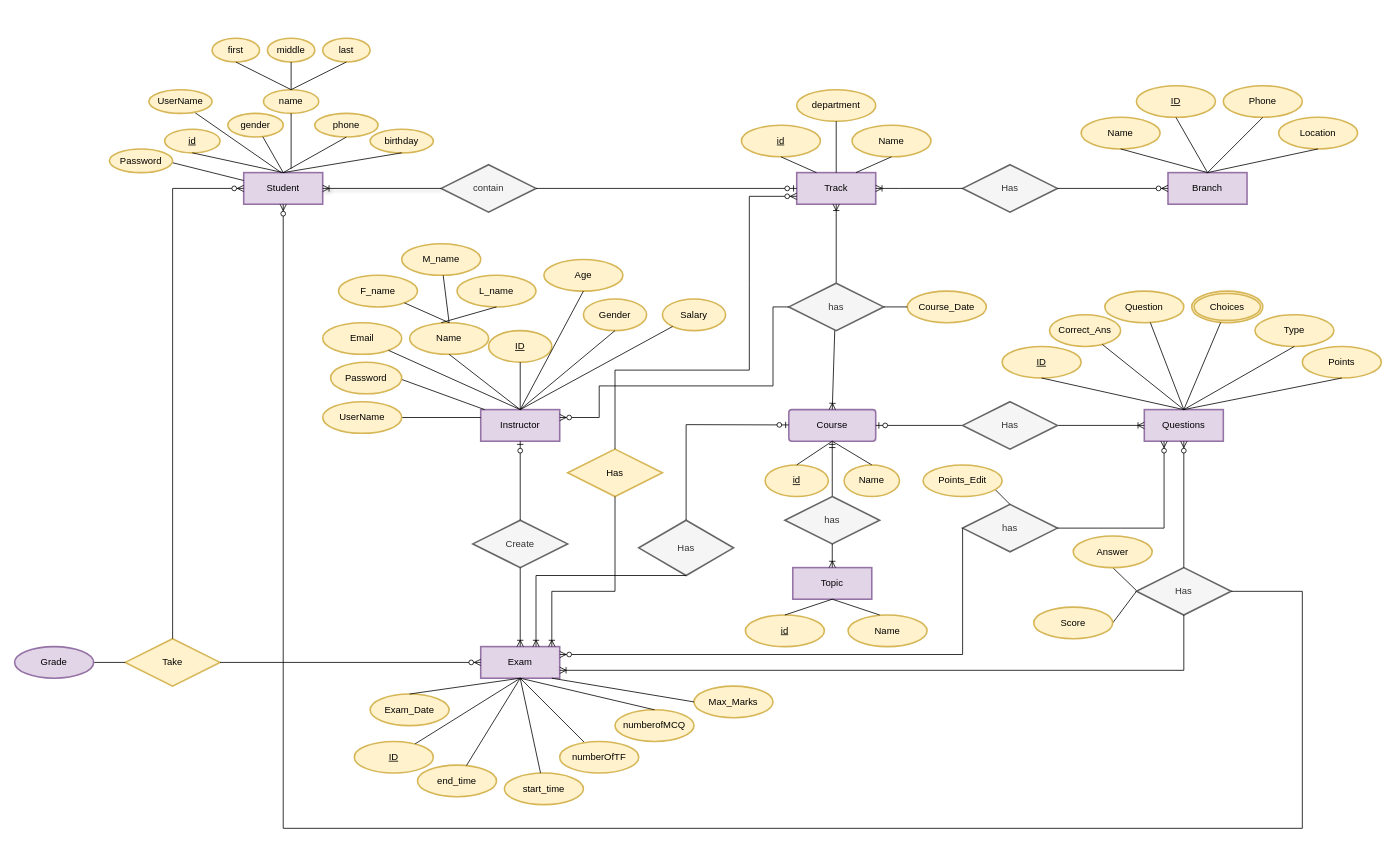
Earlier version of the draw.io diagram OnlineExaminationSystem.drawio (aya-abdelmageed/OnlineExaminationSystem). Source tidied: cells renumbered, new cells numbered last; positions are measured from the earlier drawing's top-left corner, leaving out a move shared by most shapes. Both pictures are drawn from the tidied source at 79%, with x=0, y=0 at pixel (14, 38).
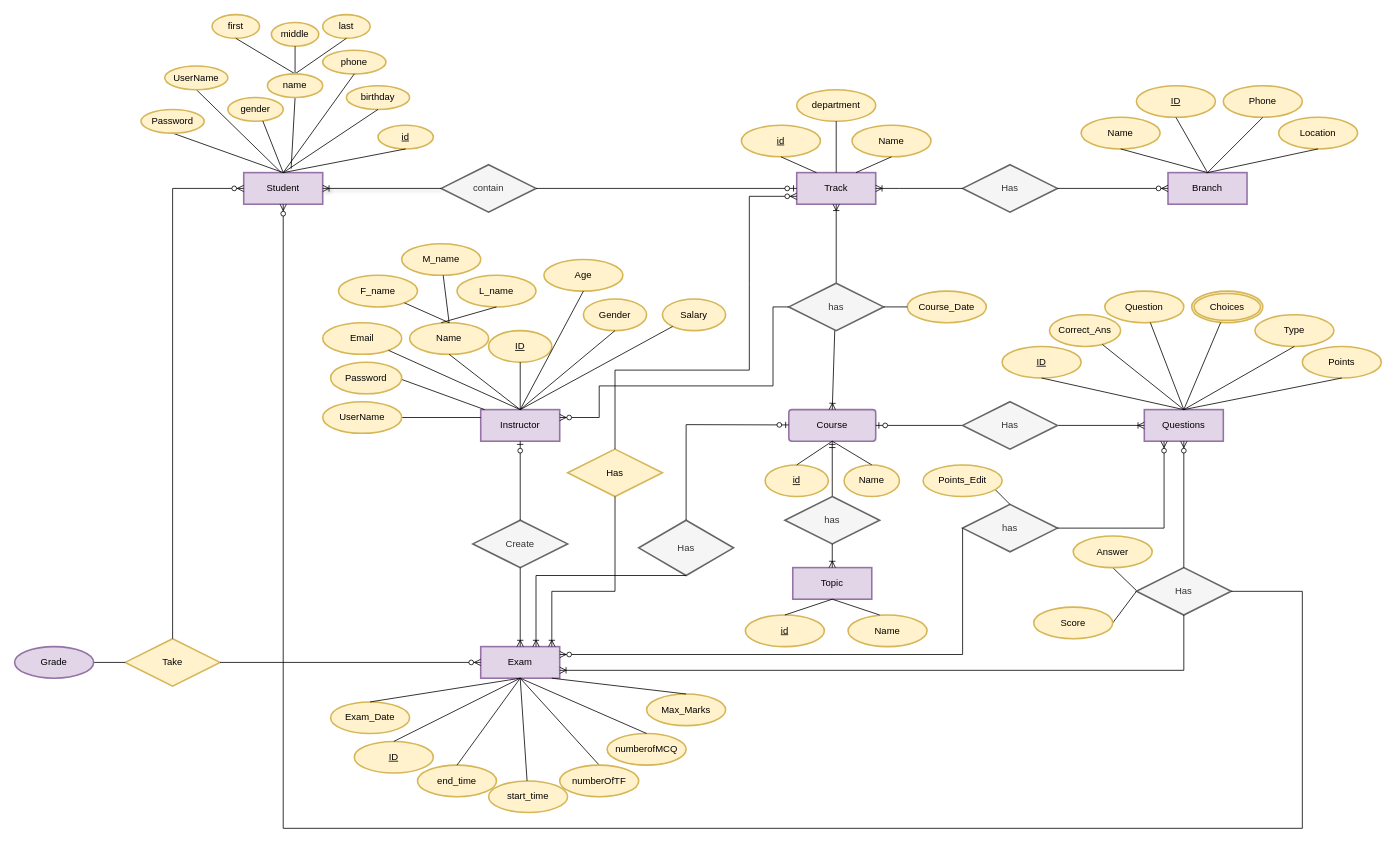
The same page after the edit.

The change refers to these unchanged cells:
```xml
<mxCell id="9" value="ID" style="ellipse;whiteSpace=wrap;html=1;align=center;fontStyle=4;fillColor=#fff2cc;strokeColor=#d6b656;strokeWidth=2;" parent="1" vertex="1">
  <mxGeometry x="430" y="890" width="100" height="40" as="geometry" />
</mxCell>
<mxCell id="25" value="Exam" style="whiteSpace=wrap;html=1;align=center;fillColor=#e1d5e7;strokeColor=#9673a6;strokeWidth=2;" parent="1" vertex="1">
  <mxGeometry x="590" y="770" width="100" height="40" as="geometry" />
</mxCell>
<mxCell id="27" value="end_time" style="ellipse;whiteSpace=wrap;html=1;align=center;fillColor=#fff2cc;strokeColor=#d6b656;strokeWidth=2;" parent="1" vertex="1">
  <mxGeometry x="510" y="920" width="100" height="40" as="geometry" />
</mxCell>
<mxCell id="70" value="Student" style="whiteSpace=wrap;html=1;align=center;fillColor=#e1d5e7;strokeColor=#9673a6;strokeWidth=2;" parent="1" vertex="1">
  <mxGeometry x="290" y="170" width="100" height="40" as="geometry" />
</mxCell>
```

Diff of the diagram source:
```diff
@@
     <mxCell id="11" value="Exam_Date" style="ellipse;whiteSpace=wrap;html=1;align=center;fillColor=#fff2cc;strokeColor=#d6b656;strokeWidth=2;" parent="1" vertex="1">
-      <mxGeometry x="450" y="830" width="100" height="40" as="geometry" />
+      <mxGeometry x="400" y="840" width="100" height="40" as="geometry" />
     </mxCell>
@@
     <mxCell id="28" value="start_time" style="ellipse;whiteSpace=wrap;html=1;align=center;fillColor=#fff2cc;strokeColor=#d6b656;strokeWidth=2;" parent="1" vertex="1">
-      <mxGeometry x="620" y="930" width="100" height="40" as="geometry" />
+      <mxGeometry x="600" y="940" width="100" height="40" as="geometry" />
     </mxCell>
@@
-    <mxCell id="31" style="endArrow=none;html=1;rounded=0;entryX=0.5;entryY=1;entryDx=0;entryDy=0;" parent="1" edge="1" source="27" target="25">
+    <mxCell id="31" style="endArrow=none;html=1;rounded=0;entryX=0.5;entryY=1;entryDx=0;entryDy=0;exitX=0.5;exitY=0;exitDx=0;exitDy=0;" parent="1" edge="1" source="27" target="25">
       <mxGeometry relative="1" as="geometry" />
     </mxCell>
@@
-    <mxCell id="33" style="endArrow=none;html=1;rounded=0;entryX=0.5;entryY=1;entryDx=0;entryDy=0;" parent="1" edge="1" source="9" target="25">
+    <mxCell id="33" style="endArrow=none;html=1;rounded=0;entryX=0.5;entryY=1;entryDx=0;entryDy=0;exitX=0.5;exitY=0;exitDx=0;exitDy=0;" parent="1" edge="1" source="9" target="25">
       <mxGeometry relative="1" as="geometry" />
     </mxCell>
@@
     <mxCell id="49" value="id" style="ellipse;whiteSpace=wrap;html=1;align=center;fontStyle=4;fillColor=#fff2cc;strokeColor=#d6b656;strokeWidth=2;" parent="1" vertex="1">
-      <mxGeometry x="190" y="115" width="70" height="30" as="geometry" />
+      <mxGeometry x="460" y="110" width="70" height="30" as="geometry" />
     </mxCell>
@@
     <mxCell id="74" value="gender" style="ellipse;whiteSpace=wrap;html=1;align=center;fillColor=#fff2cc;strokeColor=#d6b656;strokeWidth=2;" parent="1" vertex="1">
-      <mxGeometry x="270" y="95" width="70" height="30" as="geometry" />
+      <mxGeometry x="270" y="75" width="70" height="30" as="geometry" />
     </mxCell>
     <mxCell id="75" value="first" style="ellipse;whiteSpace=wrap;html=1;align=center;fillColor=#fff2cc;strokeColor=#d6b656;strokeWidth=2;" parent="1" vertex="1">
-      <mxGeometry x="250" width="60" height="30" as="geometry" />
+      <mxGeometry x="250" y="-30" width="60" height="30" as="geometry" />
     </mxCell>
     <mxCell id="76" value="last" style="ellipse;whiteSpace=wrap;html=1;align=center;fillColor=#fff2cc;strokeColor=#d6b656;strokeWidth=2;" parent="1" vertex="1">
-      <mxGeometry x="390" width="60" height="30" as="geometry" />
+      <mxGeometry x="390" y="-30" width="60" height="30" as="geometry" />
     </mxCell>
     <mxCell id="77" value="middle" style="ellipse;whiteSpace=wrap;html=1;align=center;fillColor=#fff2cc;strokeColor=#d6b656;strokeWidth=2;" parent="1" vertex="1">
-      <mxGeometry x="320" width="60" height="30" as="geometry" />
+      <mxGeometry x="325" y="-20" width="60" height="30" as="geometry" />
     </mxCell>
     <mxCell id="78" value="birthday" style="ellipse;whiteSpace=wrap;html=1;align=center;fillColor=#fff2cc;strokeColor=#d6b656;strokeWidth=2;" parent="1" vertex="1">
-      <mxGeometry x="450" y="115" width="80" height="30" as="geometry" />
+      <mxGeometry x="420" y="60" width="80" height="30" as="geometry" />
     </mxCell>
     <mxCell id="79" value="phone" style="ellipse;whiteSpace=wrap;html=1;align=center;fillColor=#fff2cc;strokeColor=#d6b656;strokeWidth=2;" parent="1" vertex="1">
-      <mxGeometry x="380" y="95" width="80" height="30" as="geometry" />
+      <mxGeometry x="390" y="15" width="80" height="30" as="geometry" />
     </mxCell>
-    <mxCell id="80" value="name" style="ellipse;whiteSpace=wrap;html=1;align=center;fillColor=#fff2cc;strokeColor=#d6b656;strokeWidth=2;" parent="1" vertex="1">
-      <mxGeometry x="315" y="65" width="70" height="30" as="geometry" />
-    </mxCell>
@@
-    <mxCell id="83" style="endArrow=none;html=1;rounded=0;exitX=0.5;exitY=1;exitDx=0;exitDy=0;" parent="1" edge="1" source="75">
+    <mxCell id="83" style="endArrow=none;html=1;rounded=0;exitX=0.5;exitY=1;exitDx=0;exitDy=0;" parent="1" edge="1" source="80">
       <mxGeometry relative="1" as="geometry">
         <mxPoint x="350" y="65" as="targetPoint" />
       </mxGeometry>
     </mxCell>
@@
     <mxCell id="110" value="numberofMCQ" style="ellipse;whiteSpace=wrap;html=1;align=center;fillColor=#fff2cc;strokeColor=#d6b656;strokeWidth=2;" parent="1" vertex="1">
-      <mxGeometry x="760" y="850" width="100" height="40" as="geometry" />
+      <mxGeometry x="750" y="880" width="100" height="40" as="geometry" />
     </mxCell>
-    <mxCell id="111" style="endArrow=none;html=1;rounded=0;exitX=0.5;exitY=1;exitDx=0;exitDy=0;" parent="1" edge="1" source="113">
-      <mxGeometry relative="1" as="geometry">
-        <mxPoint x="740" y="890" as="targetPoint" />
-      </mxGeometry>
-    </mxCell>
-    <mxCell id="112" style="endArrow=none;html=1;rounded=0;exitX=0.5;exitY=1;exitDx=0;exitDy=0;" parent="1" edge="1" source="25" target="113">
+    <mxCell id="112" style="endArrow=none;html=1;rounded=0;exitX=0.5;exitY=1;exitDx=0;exitDy=0;entryX=0.5;entryY=0;entryDx=0;entryDy=0;" parent="1" edge="1" source="25" target="113">
       <mxGeometry relative="1" as="geometry" />
     </mxCell>
     <mxCell id="113" value="numberOfTF" style="ellipse;whiteSpace=wrap;html=1;align=center;fillColor=#fff2cc;strokeColor=#d6b656;strokeWidth=2;" parent="1" vertex="1">
-      <mxGeometry x="690" y="890" width="100" height="40" as="geometry" />
+      <mxGeometry x="690" y="920" width="100" height="40" as="geometry" />
     </mxCell>
@@
     <mxCell id="132" value="Max_Marks" style="ellipse;whiteSpace=wrap;html=1;align=center;fillColor=#fff2cc;strokeColor=#d6b656;strokeWidth=2;" parent="1" vertex="1">
-      <mxGeometry x="860" y="820" width="100" height="40" as="geometry" />
+      <mxGeometry x="800" y="830" width="100" height="40" as="geometry" />
     </mxCell>
-    <mxCell id="133" style="endArrow=none;html=1;rounded=0;entryX=0;entryY=0.5;entryDx=0;entryDy=0;" parent="1" edge="1" target="132">
+    <mxCell id="133" style="endArrow=none;html=1;rounded=0;entryX=0.5;entryY=0;entryDx=0;entryDy=0;" parent="1" edge="1" target="132">
       <mxGeometry relative="1" as="geometry">
         <mxPoint x="680" y="810" as="sourcePoint" />
       </mxGeometry>
     </mxCell>
@@
-    <mxCell id="139" style="endArrow=none;html=1;rounded=0;" parent="1" edge="1">
+    <mxCell id="139" style="endArrow=none;html=1;rounded=0;exitX=0.5;exitY=1;exitDx=0;exitDy=0;" parent="1" edge="1" source="140">
       <mxGeometry relative="1" as="geometry">
-        <mxPoint x="222.5" y="90" as="sourcePoint" />
         <mxPoint x="337.5" y="170" as="targetPoint" />
       </mxGeometry>
     </mxCell>
     <mxCell id="140" value="UserName" style="ellipse;whiteSpace=wrap;html=1;align=center;fillColor=#fff2cc;strokeColor=#d6b656;strokeWidth=2;" parent="1" vertex="1">
-      <mxGeometry x="170" y="65" width="80" height="30" as="geometry" />
+      <mxGeometry x="190" y="35" width="80" height="30" as="geometry" />
     </mxCell>
-    <mxCell id="141" style="endArrow=none;html=1;rounded=0;entryX=0;entryY=0.25;entryDx=0;entryDy=0;" parent="1" edge="1" target="70">
-      <mxGeometry relative="1" as="geometry">
-        <mxPoint x="170" y="150" as="sourcePoint" />
-      </mxGeometry>
+    <mxCell id="141" style="endArrow=none;html=1;rounded=0;entryX=0.5;entryY=0;entryDx=0;entryDy=0;exitX=0.5;exitY=1;exitDx=0;exitDy=0;" parent="1" edge="1" source="142" target="70">
+      <mxGeometry relative="1" as="geometry" />
     </mxCell>
     <mxCell id="142" value="Password" style="ellipse;whiteSpace=wrap;html=1;align=center;fillColor=#fff2cc;strokeColor=#d6b656;strokeWidth=2;" parent="1" vertex="1">
-      <mxGeometry x="120" y="140" width="80" height="30" as="geometry" />
+      <mxGeometry x="160" y="90" width="80" height="30" as="geometry" />
     </mxCell>
@@
+    <mxCell id="147" style="endArrow=none;html=1;rounded=0;exitX=0.5;exitY=1;exitDx=0;exitDy=0;entryX=0.5;entryY=0;entryDx=0;entryDy=0;" parent="1" edge="1" source="75" target="80">
+      <mxGeometry relative="1" as="geometry" />
+    </mxCell>
+    <mxCell id="80" value="name" style="ellipse;whiteSpace=wrap;html=1;align=center;fillColor=#fff2cc;strokeColor=#d6b656;strokeWidth=2;" parent="1" vertex="1">
+      <mxGeometry x="320" y="45" width="70" height="30" as="geometry" />
+    </mxCell>
```
